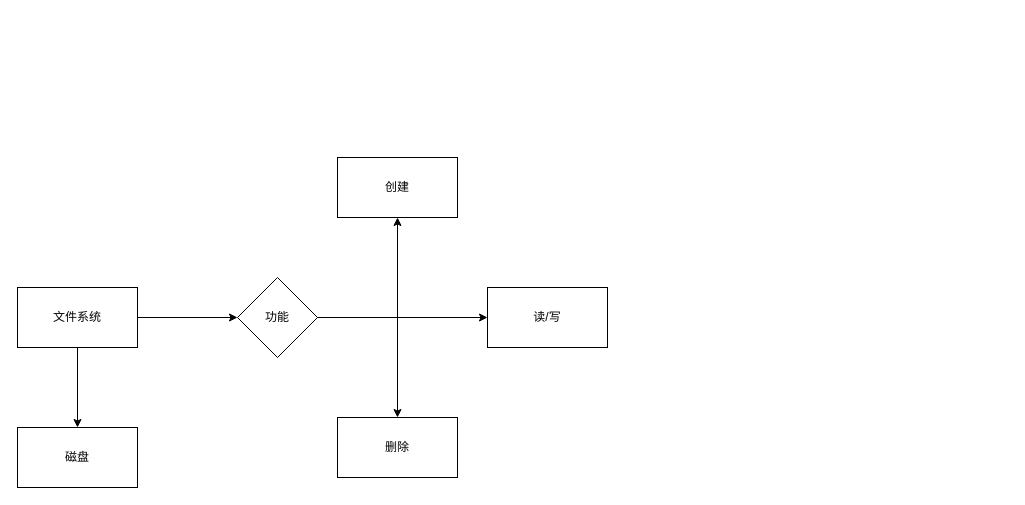
The draw.io diagram 文件系统.drawio in xzp3094997376/DrawIO, before the edit. Source tidied: cells renumbered, new cells numbered last; positions are measured from the earlier drawing's top-left corner, leaving out a move shared by most shapes. Both pictures are drawn from the tidied source at 100%, with x=0, y=0 at pixel (17, 157).
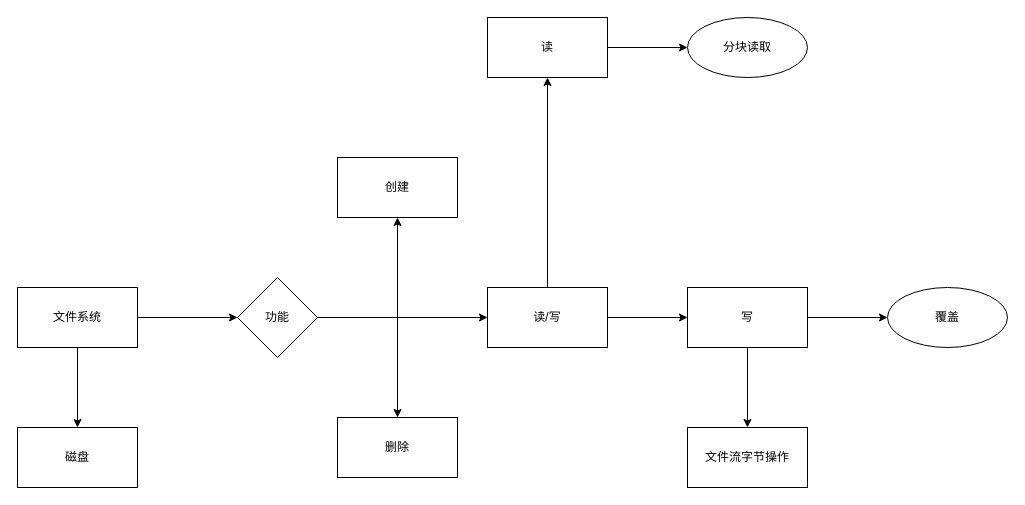
Above is the later version.

The change refers to these unchanged cells:
```xml
<mxCell id="11" value="读/写" style="whiteSpace=wrap;html=1;" parent="1" vertex="1">
  <mxGeometry x="470" y="130" width="120" height="60" as="geometry" />
</mxCell>
```

The edit, as a diff of the source:
```diff
@@
+    <mxCell id="13" style="edgeStyle=orthogonalEdgeStyle;rounded=0;jettySize=auto;html=1;" parent="1" edge="1" source="11" target="17">
+      <mxGeometry relative="1" as="geometry" />
+    </mxCell>
+    <mxCell id="14" style="edgeStyle=orthogonalEdgeStyle;rounded=0;jettySize=auto;html=1;" parent="1" edge="1" source="11" target="20">
+      <mxGeometry relative="1" as="geometry" />
+    </mxCell>
@@
+    <mxCell id="15" style="edgeStyle=orthogonalEdgeStyle;rounded=0;jettySize=auto;html=1;" parent="1" edge="1" source="17" target="18">
+      <mxGeometry relative="1" as="geometry" />
+    </mxCell>
+    <mxCell id="16" style="edgeStyle=orthogonalEdgeStyle;rounded=0;jettySize=auto;html=1;" parent="1" edge="1" source="17" target="21">
+      <mxGeometry relative="1" as="geometry" />
+    </mxCell>
+    <mxCell id="17" value="写" style="whiteSpace=wrap;html=1;" parent="1" vertex="1">
+      <mxGeometry x="670" y="130" width="120" height="60" as="geometry" />
+    </mxCell>
+    <mxCell id="18" value="覆盖" style="ellipse;whiteSpace=wrap;html=1;" parent="1" vertex="1">
+      <mxGeometry x="870" y="130" width="120" height="60" as="geometry" />
+    </mxCell>
+    <mxCell id="19" style="edgeStyle=orthogonalEdgeStyle;rounded=0;jettySize=auto;html=1;" parent="1" edge="1" source="20" target="22">
+      <mxGeometry relative="1" as="geometry" />
+    </mxCell>
+    <mxCell id="20" value="读" style="whiteSpace=wrap;html=1;" parent="1" vertex="1">
+      <mxGeometry x="470" y="-140" width="120" height="60" as="geometry" />
+    </mxCell>
+    <mxCell id="21" value="文件流字节操作" style="whiteSpace=wrap;html=1;" parent="1" vertex="1">
+      <mxGeometry x="670" y="270" width="120" height="60" as="geometry" />
+    </mxCell>
+    <mxCell id="22" value="分块读取" style="ellipse;whiteSpace=wrap;html=1;" parent="1" vertex="1">
+      <mxGeometry x="670" y="-140" width="120" height="60" as="geometry" />
+    </mxCell>
```
